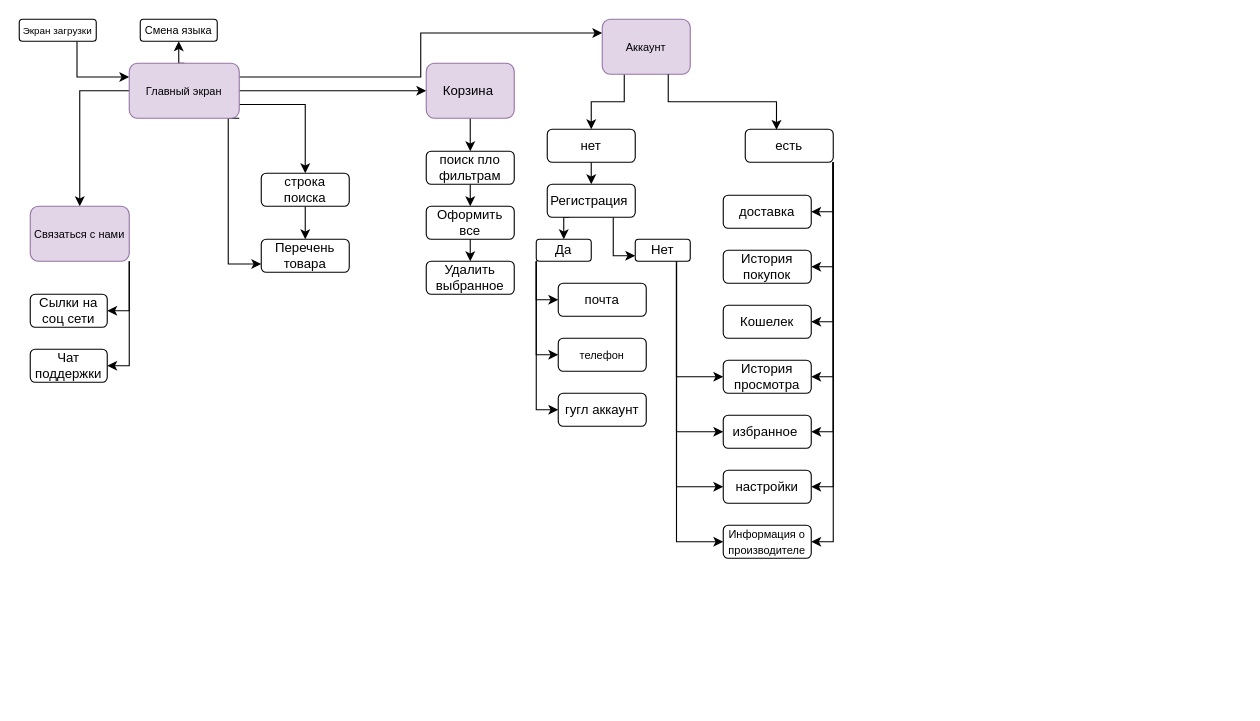
Above: Диаграмма без названия.drawio in Miffurin/Mirea_TRPP (draw.io), before the change. Source tidied: cells renumbered, new cells numbered last; positions are measured from the earlier drawing's top-left corner, leaving out a move shared by most shapes. Both pictures are drawn from the tidied source at 110%, with x=0, y=0 at pixel (19, 19).
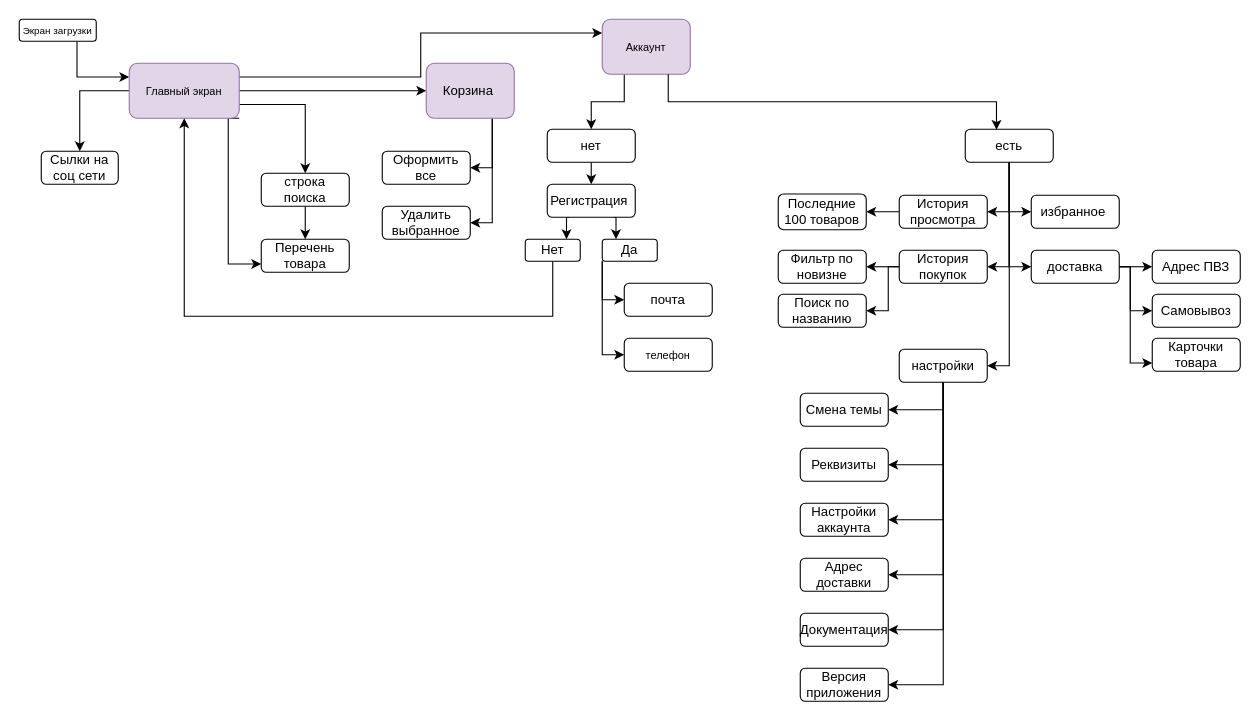
The same diagram, later.

The change refers to these unchanged cells:
```xml
<mxCell id="10" value="&lt;font size=&quot;1&quot;&gt;Главный экран&lt;/font&gt;" style="rounded=1;whiteSpace=wrap;html=1;fillColor=#e1d5e7;strokeColor=#9673a6;" parent="1" vertex="1">
  <mxGeometry x="100" y="40" width="100" height="50" as="geometry" />
</mxCell>
<mxCell id="19" value="Регистрация&amp;nbsp;" style="rounded=1;whiteSpace=wrap;html=1;" parent="1" vertex="1">
  <mxGeometry x="480" y="150" width="80" height="30" as="geometry" />
</mxCell>
<mxCell id="40" value="Корзина&amp;nbsp;" style="rounded=1;whiteSpace=wrap;html=1;fillColor=#e1d5e7;strokeColor=#9673a6;" parent="1" vertex="1">
  <mxGeometry x="370" y="40" width="80" height="50" as="geometry" />
</mxCell>
```

Change to the diagram source:
```diff
@@
-    <mxCell id="4" style="edgeStyle=orthogonalEdgeStyle;rounded=0;jettySize=auto;html=1;exitX=0.5;exitY=0;exitDx=0;exitDy=0;entryX=0.5;entryY=1;entryDx=0;entryDy=0;" parent="1" edge="1" source="10" target="11">
-      <mxGeometry relative="1" as="geometry" />
-    </mxCell>
-    <mxCell id="5" style="edgeStyle=orthogonalEdgeStyle;rounded=0;jettySize=auto;html=1;exitX=0;exitY=0.5;exitDx=0;exitDy=0;" parent="1" edge="1" source="10" target="14">
-      <mxGeometry relative="1" as="geometry" />
-    </mxCell>
@@
+    <mxCell id="62" style="edgeStyle=orthogonalEdgeStyle;rounded=0;jettySize=auto;html=1;exitX=0;exitY=0.5;exitDx=0;exitDy=0;entryX=0.5;entryY=0;entryDx=0;entryDy=0;" parent="1" edge="1" source="10" target="59">
+      <mxGeometry relative="1" as="geometry" />
+    </mxCell>
@@
-    <mxCell id="11" value="&lt;font size=&quot;1&quot;&gt;Смена языка&lt;/font&gt;" style="rounded=1;whiteSpace=wrap;html=1;" parent="1" vertex="1">
-      <mxGeometry x="110" width="70" height="20" as="geometry" />
-    </mxCell>
-    <mxCell id="12" style="edgeStyle=orthogonalEdgeStyle;rounded=0;jettySize=auto;html=1;exitX=1;exitY=1;exitDx=0;exitDy=0;entryX=1;entryY=0.5;entryDx=0;entryDy=0;" parent="1" edge="1" source="14" target="59">
-      <mxGeometry relative="1" as="geometry" />
-    </mxCell>
-    <mxCell id="13" style="edgeStyle=orthogonalEdgeStyle;rounded=0;jettySize=auto;html=1;exitX=1;exitY=1;exitDx=0;exitDy=0;entryX=1;entryY=0.5;entryDx=0;entryDy=0;" parent="1" edge="1" source="14" target="60">
-      <mxGeometry relative="1" as="geometry" />
-    </mxCell>
-    <mxCell id="14" value="&lt;font size=&quot;1&quot;&gt;Связаться с нами&lt;/font&gt;" style="rounded=1;whiteSpace=wrap;html=1;fillColor=#e1d5e7;strokeColor=#9673a6;" parent="1" vertex="1">
-      <mxGeometry x="10" y="170" width="90" height="50" as="geometry" />
-    </mxCell>
@@
-    <mxCell id="17" style="edgeStyle=orthogonalEdgeStyle;rounded=0;jettySize=auto;html=1;exitX=0.25;exitY=1;exitDx=0;exitDy=0;entryX=0.5;entryY=0;entryDx=0;entryDy=0;" parent="1" edge="1" source="19" target="53">
+    <mxCell id="17" style="edgeStyle=orthogonalEdgeStyle;rounded=0;jettySize=auto;html=1;exitX=0.75;exitY=1;exitDx=0;exitDy=0;entryX=0.25;entryY=0;entryDx=0;entryDy=0;" parent="1" edge="1" source="19" target="53">
       <mxGeometry relative="1" as="geometry" />
     </mxCell>
-    <mxCell id="18" style="edgeStyle=orthogonalEdgeStyle;rounded=0;jettySize=auto;html=1;exitX=0.75;exitY=1;exitDx=0;exitDy=0;entryX=0;entryY=0.75;entryDx=0;entryDy=0;" parent="1" edge="1" source="19" target="58">
+    <mxCell id="18" style="edgeStyle=orthogonalEdgeStyle;rounded=0;jettySize=auto;html=1;exitX=0.25;exitY=1;exitDx=0;exitDy=0;entryX=0.75;entryY=0;entryDx=0;entryDy=0;" parent="1" edge="1" source="19" target="58">
       <mxGeometry relative="1" as="geometry" />
     </mxCell>
@@
     <mxCell id="20" value="почта" style="rounded=1;whiteSpace=wrap;html=1;" parent="1" vertex="1">
-      <mxGeometry x="490" y="240" width="80" height="30" as="geometry" />
+      <mxGeometry x="550" y="240" width="80" height="30" as="geometry" />
     </mxCell>
     <mxCell id="21" value="&lt;font size=&quot;1&quot;&gt;телефон&lt;/font&gt;" style="rounded=1;whiteSpace=wrap;html=1;" parent="1" vertex="1">
-      <mxGeometry x="490" y="290" width="80" height="30" as="geometry" />
+      <mxGeometry x="550" y="290" width="80" height="30" as="geometry" />
     </mxCell>
-    <mxCell id="22" value="гугл аккаунт" style="rounded=1;whiteSpace=wrap;html=1;" parent="1" vertex="1">
-      <mxGeometry x="490" y="340" width="80" height="30" as="geometry" />
-    </mxCell>
-    <mxCell id="23" value="Кошелек" style="rounded=1;whiteSpace=wrap;html=1;" parent="1" vertex="1">
-      <mxGeometry x="640" y="260" width="80" height="30" as="geometry" />
-    </mxCell>
+    <mxCell id="63" style="edgeStyle=orthogonalEdgeStyle;rounded=0;jettySize=auto;html=1;exitX=1;exitY=0.5;exitDx=0;exitDy=0;entryX=0;entryY=0.5;entryDx=0;entryDy=0;" parent="1" edge="1" source="24" target="81">
+      <mxGeometry relative="1" as="geometry" />
+    </mxCell>
+    <mxCell id="64" style="edgeStyle=orthogonalEdgeStyle;rounded=0;jettySize=auto;html=1;exitX=1;exitY=0.5;exitDx=0;exitDy=0;entryX=0;entryY=0.5;entryDx=0;entryDy=0;" parent="1" edge="1" source="24" target="82">
+      <mxGeometry relative="1" as="geometry">
+        <Array as="points">
+          <mxPoint x="1010" y="225" />
+          <mxPoint x="1010" y="265" />
+        </Array>
+      </mxGeometry>
+    </mxCell>
+    <mxCell id="65" style="edgeStyle=orthogonalEdgeStyle;rounded=0;jettySize=auto;html=1;exitX=1;exitY=0.5;exitDx=0;exitDy=0;entryX=0;entryY=0.75;entryDx=0;entryDy=0;" parent="1" edge="1" source="24" target="83">
+      <mxGeometry relative="1" as="geometry">
+        <Array as="points">
+          <mxPoint x="1010" y="225" />
+          <mxPoint x="1010" y="313" />
+        </Array>
+      </mxGeometry>
+    </mxCell>
     <mxCell id="24" value="доставка" style="rounded=1;whiteSpace=wrap;html=1;" parent="1" vertex="1">
-      <mxGeometry x="640" y="160" width="80" height="30" as="geometry" />
+      <mxGeometry x="920" y="210" width="80" height="30" as="geometry" />
     </mxCell>
+    <mxCell id="66" style="edgeStyle=orthogonalEdgeStyle;rounded=0;jettySize=auto;html=1;exitX=0.5;exitY=1;exitDx=0;exitDy=0;entryX=1;entryY=0.5;entryDx=0;entryDy=0;" parent="1" edge="1" source="25" target="85">
+      <mxGeometry relative="1" as="geometry" />
+    </mxCell>
+    <mxCell id="67" style="edgeStyle=orthogonalEdgeStyle;rounded=0;jettySize=auto;html=1;exitX=0.5;exitY=1;exitDx=0;exitDy=0;entryX=1;entryY=0.5;entryDx=0;entryDy=0;" parent="1" edge="1" source="25" target="86">
+      <mxGeometry relative="1" as="geometry" />
+    </mxCell>
+    <mxCell id="68" style="edgeStyle=orthogonalEdgeStyle;rounded=0;jettySize=auto;html=1;exitX=0.5;exitY=1;exitDx=0;exitDy=0;entryX=1;entryY=0.5;entryDx=0;entryDy=0;" parent="1" edge="1" source="25" target="87">
+      <mxGeometry relative="1" as="geometry" />
+    </mxCell>
+    <mxCell id="69" style="edgeStyle=orthogonalEdgeStyle;rounded=0;jettySize=auto;html=1;exitX=0.5;exitY=1;exitDx=0;exitDy=0;entryX=1;entryY=0.5;entryDx=0;entryDy=0;" parent="1" edge="1" source="25" target="88">
+      <mxGeometry relative="1" as="geometry" />
+    </mxCell>
+    <mxCell id="70" style="edgeStyle=orthogonalEdgeStyle;rounded=0;jettySize=auto;html=1;exitX=0.5;exitY=1;exitDx=0;exitDy=0;entryX=1;entryY=0.5;entryDx=0;entryDy=0;" parent="1" edge="1" source="25" target="84">
+      <mxGeometry relative="1" as="geometry" />
+    </mxCell>
+    <mxCell id="71" style="edgeStyle=orthogonalEdgeStyle;rounded=0;jettySize=auto;html=1;exitX=0.5;exitY=1;exitDx=0;exitDy=0;entryX=1;entryY=0.5;entryDx=0;entryDy=0;" parent="1" edge="1" source="25" target="89">
+      <mxGeometry relative="1" as="geometry" />
+    </mxCell>
     <mxCell id="25" value="настройки" style="rounded=1;whiteSpace=wrap;html=1;" parent="1" vertex="1">
-      <mxGeometry x="640" y="410" width="80" height="30" as="geometry" />
+      <mxGeometry x="800" y="300" width="80" height="30" as="geometry" />
     </mxCell>
+    <mxCell id="72" style="edgeStyle=orthogonalEdgeStyle;rounded=0;jettySize=auto;html=1;" parent="1" edge="1" source="26" target="78">
+      <mxGeometry relative="1" as="geometry" />
+    </mxCell>
     <mxCell id="26" value="История просмотра" style="rounded=1;whiteSpace=wrap;html=1;" parent="1" vertex="1">
-      <mxGeometry x="640" y="310" width="80" height="30" as="geometry" />
+      <mxGeometry x="800" y="160" width="80" height="30" as="geometry" />
     </mxCell>
     <mxCell id="27" value="избранное&amp;nbsp;" style="rounded=1;whiteSpace=wrap;html=1;" parent="1" vertex="1">
-      <mxGeometry x="640" y="360" width="80" height="30" as="geometry" />
+      <mxGeometry x="920" y="160" width="80" height="30" as="geometry" />
     </mxCell>
+    <mxCell id="73" style="edgeStyle=orthogonalEdgeStyle;rounded=0;jettySize=auto;html=1;exitX=0;exitY=0.5;exitDx=0;exitDy=0;entryX=1;entryY=0.5;entryDx=0;entryDy=0;" parent="1" edge="1" source="28" target="79">
+      <mxGeometry relative="1" as="geometry" />
+    </mxCell>
+    <mxCell id="74" style="edgeStyle=orthogonalEdgeStyle;rounded=0;jettySize=auto;html=1;exitX=0;exitY=0.5;exitDx=0;exitDy=0;entryX=1;entryY=0.5;entryDx=0;entryDy=0;" parent="1" edge="1" source="28" target="80">
+      <mxGeometry relative="1" as="geometry">
+        <Array as="points">
+          <mxPoint x="790" y="225" />
+          <mxPoint x="790" y="265" />
+        </Array>
+      </mxGeometry>
+    </mxCell>
     <mxCell id="28" value="История покупок" style="rounded=1;whiteSpace=wrap;html=1;" parent="1" vertex="1">
-      <mxGeometry x="640" y="210" width="80" height="30" as="geometry" />
+      <mxGeometry x="800" y="210" width="80" height="30" as="geometry" />
     </mxCell>
@@
-    <mxCell id="31" style="edgeStyle=orthogonalEdgeStyle;rounded=0;jettySize=auto;html=1;exitX=1;exitY=1;exitDx=0;exitDy=0;entryX=1;entryY=0.5;entryDx=0;entryDy=0;" parent="1" edge="1" source="38" target="24">
-      <mxGeometry relative="1" as="geometry" />
-    </mxCell>
-    <mxCell id="32" style="edgeStyle=orthogonalEdgeStyle;rounded=0;jettySize=auto;html=1;exitX=1;exitY=1;exitDx=0;exitDy=0;entryX=1;entryY=0.5;entryDx=0;entryDy=0;" parent="1" edge="1" source="38" target="28">
-      <mxGeometry relative="1" as="geometry" />
-    </mxCell>
-    <mxCell id="33" style="edgeStyle=orthogonalEdgeStyle;rounded=0;jettySize=auto;html=1;exitX=1;exitY=1;exitDx=0;exitDy=0;entryX=1;entryY=0.5;entryDx=0;entryDy=0;" parent="1" edge="1" source="38" target="27">
+    <mxCell id="33" style="edgeStyle=orthogonalEdgeStyle;rounded=0;jettySize=auto;html=1;exitX=0.5;exitY=1;exitDx=0;exitDy=0;entryX=0;entryY=0.5;entryDx=0;entryDy=0;" parent="1" edge="1" source="38" target="27">
       <mxGeometry relative="1" as="geometry" />
     </mxCell>
-    <mxCell id="34" style="edgeStyle=orthogonalEdgeStyle;rounded=0;jettySize=auto;html=1;exitX=1;exitY=1;exitDx=0;exitDy=0;entryX=1;entryY=0.5;entryDx=0;entryDy=0;" parent="1" edge="1" source="38" target="26">
+    <mxCell id="34" style="edgeStyle=orthogonalEdgeStyle;rounded=0;jettySize=auto;html=1;exitX=0.5;exitY=1;exitDx=0;exitDy=0;entryX=1;entryY=0.5;entryDx=0;entryDy=0;" parent="1" edge="1" source="38" target="26">
       <mxGeometry relative="1" as="geometry" />
     </mxCell>
-    <mxCell id="35" style="edgeStyle=orthogonalEdgeStyle;rounded=0;jettySize=auto;html=1;exitX=1;exitY=1;exitDx=0;exitDy=0;entryX=1;entryY=0.5;entryDx=0;entryDy=0;" parent="1" edge="1" source="38" target="23">
-      <mxGeometry relative="1" as="geometry" />
-    </mxCell>
+    <mxCell id="32" style="edgeStyle=orthogonalEdgeStyle;rounded=0;jettySize=auto;html=1;exitX=0.5;exitY=1;exitDx=0;exitDy=0;entryX=1;entryY=0.5;entryDx=0;entryDy=0;" parent="1" edge="1" source="38" target="28">
+      <mxGeometry relative="1" as="geometry" />
+    </mxCell>
+    <mxCell id="31" style="edgeStyle=orthogonalEdgeStyle;rounded=0;jettySize=auto;html=1;exitX=0.5;exitY=1;exitDx=0;exitDy=0;entryX=0;entryY=0.5;entryDx=0;entryDy=0;" parent="1" edge="1" source="38" target="24">
+      <mxGeometry relative="1" as="geometry" />
+    </mxCell>
-    <mxCell id="36" style="edgeStyle=orthogonalEdgeStyle;rounded=0;jettySize=auto;html=1;exitX=1;exitY=1;exitDx=0;exitDy=0;entryX=1;entryY=0.5;entryDx=0;entryDy=0;" parent="1" edge="1" source="38" target="25">
+    <mxCell id="36" style="edgeStyle=orthogonalEdgeStyle;rounded=0;jettySize=auto;html=1;exitX=0.5;exitY=1;exitDx=0;exitDy=0;entryX=1;entryY=0.5;entryDx=0;entryDy=0;" parent="1" edge="1" source="38" target="25">
       <mxGeometry relative="1" as="geometry" />
     </mxCell>
-    <mxCell id="37" style="edgeStyle=orthogonalEdgeStyle;rounded=0;jettySize=auto;html=1;exitX=1;exitY=1;exitDx=0;exitDy=0;entryX=1;entryY=0.5;entryDx=0;entryDy=0;" parent="1" edge="1" source="38" target="61">
-      <mxGeometry relative="1" as="geometry" />
-    </mxCell>
     <mxCell id="38" value="есть" style="rounded=1;whiteSpace=wrap;html=1;" parent="1" vertex="1">
-      <mxGeometry x="660" y="100" width="80" height="30" as="geometry" />
+      <mxGeometry x="860" y="100" width="80" height="30" as="geometry" />
     </mxCell>
-    <mxCell id="39" style="edgeStyle=orthogonalEdgeStyle;rounded=0;jettySize=auto;html=1;exitX=0.5;exitY=1;exitDx=0;exitDy=0;entryX=0.5;entryY=0;entryDx=0;entryDy=0;" parent="1" edge="1" source="40" target="44">
-      <mxGeometry relative="1" as="geometry" />
-    </mxCell>
+    <mxCell id="75" style="edgeStyle=orthogonalEdgeStyle;rounded=0;jettySize=auto;html=1;exitX=0.75;exitY=1;exitDx=0;exitDy=0;entryX=1;entryY=0.5;entryDx=0;entryDy=0;" parent="1" edge="1" source="40" target="46">
+      <mxGeometry relative="1" as="geometry" />
+    </mxCell>
+    <mxCell id="76" style="edgeStyle=orthogonalEdgeStyle;rounded=0;jettySize=auto;html=1;exitX=0.75;exitY=1;exitDx=0;exitDy=0;entryX=1;entryY=0.5;entryDx=0;entryDy=0;" parent="1" edge="1" source="40" target="47">
+      <mxGeometry relative="1" as="geometry" />
+    </mxCell>
@@
-    <mxCell id="43" style="edgeStyle=orthogonalEdgeStyle;rounded=0;jettySize=auto;html=1;exitX=0.5;exitY=1;exitDx=0;exitDy=0;entryX=0.5;entryY=0;entryDx=0;entryDy=0;" parent="1" edge="1" source="44" target="46">
-      <mxGeometry relative="1" as="geometry" />
-    </mxCell>
-    <mxCell id="44" value="поиск пло фильтрам" style="rounded=1;whiteSpace=wrap;html=1;" parent="1" vertex="1">
-      <mxGeometry x="370" y="120" width="80" height="30" as="geometry" />
-    </mxCell>
-    <mxCell id="45" style="edgeStyle=orthogonalEdgeStyle;rounded=0;jettySize=auto;html=1;exitX=0.5;exitY=1;exitDx=0;exitDy=0;entryX=0.5;entryY=0;entryDx=0;entryDy=0;" parent="1" edge="1" source="46" target="47">
-      <mxGeometry relative="1" as="geometry" />
-    </mxCell>
     <mxCell id="46" value="Оформить все" style="rounded=1;whiteSpace=wrap;html=1;" parent="1" vertex="1">
-      <mxGeometry x="370" y="170" width="80" height="30" as="geometry" />
+      <mxGeometry x="330" y="120" width="80" height="30" as="geometry" />
     </mxCell>
     <mxCell id="47" value="Удалить выбранное" style="rounded=1;whiteSpace=wrap;html=1;" parent="1" vertex="1">
-      <mxGeometry x="370" y="220" width="80" height="30" as="geometry" />
+      <mxGeometry x="330" y="170" width="80" height="30" as="geometry" />
     </mxCell>
@@
-    <mxCell id="50" style="edgeStyle=orthogonalEdgeStyle;rounded=0;jettySize=auto;html=1;exitX=0;exitY=1;exitDx=0;exitDy=0;entryX=0;entryY=0.5;entryDx=0;entryDy=0;" parent="1" edge="1" source="53" target="22">
-      <mxGeometry relative="1" as="geometry" />
-    </mxCell>
@@
     <mxCell id="53" value="Да" style="rounded=1;whiteSpace=wrap;html=1;" parent="1" vertex="1">
-      <mxGeometry x="470" y="200" width="50" height="20" as="geometry" />
+      <mxGeometry x="530" y="200" width="50" height="20" as="geometry" />
     </mxCell>
-    <mxCell id="54" style="edgeStyle=orthogonalEdgeStyle;rounded=0;jettySize=auto;html=1;exitX=0.75;exitY=1;exitDx=0;exitDy=0;entryX=0;entryY=0.5;entryDx=0;entryDy=0;" parent="1" edge="1" source="58" target="27">
-      <mxGeometry relative="1" as="geometry" />
-    </mxCell>
-    <mxCell id="55" style="edgeStyle=orthogonalEdgeStyle;rounded=0;jettySize=auto;html=1;exitX=0.75;exitY=1;exitDx=0;exitDy=0;entryX=0;entryY=0.5;entryDx=0;entryDy=0;" parent="1" edge="1" source="58" target="26">
-      <mxGeometry relative="1" as="geometry" />
-    </mxCell>
-    <mxCell id="56" style="edgeStyle=orthogonalEdgeStyle;rounded=0;jettySize=auto;html=1;exitX=0.75;exitY=1;exitDx=0;exitDy=0;entryX=0;entryY=0.5;entryDx=0;entryDy=0;" parent="1" edge="1" source="58" target="25">
-      <mxGeometry relative="1" as="geometry" />
-    </mxCell>
-    <mxCell id="57" style="edgeStyle=orthogonalEdgeStyle;rounded=0;jettySize=auto;html=1;exitX=0.75;exitY=1;exitDx=0;exitDy=0;entryX=0;entryY=0.5;entryDx=0;entryDy=0;" parent="1" edge="1" source="58" target="61">
-      <mxGeometry relative="1" as="geometry" />
-    </mxCell>
+    <mxCell id="77" style="edgeStyle=orthogonalEdgeStyle;rounded=0;jettySize=auto;html=1;entryX=0.5;entryY=1;entryDx=0;entryDy=0;exitX=0.5;exitY=1;exitDx=0;exitDy=0;" parent="1" edge="1" source="58" target="10">
+      <mxGeometry relative="1" as="geometry">
+        <Array as="points">
+          <mxPoint x="485" y="270" />
+          <mxPoint x="150" y="270" />
+        </Array>
+      </mxGeometry>
+    </mxCell>
     <mxCell id="58" value="Нет" style="rounded=1;whiteSpace=wrap;html=1;" parent="1" vertex="1">
-      <mxGeometry x="560" y="200" width="50" height="20" as="geometry" />
+      <mxGeometry x="460" y="200" width="50" height="20" as="geometry" />
     </mxCell>
     <mxCell id="59" value="Сылки на соц сети" style="rounded=1;whiteSpace=wrap;html=1;" parent="1" vertex="1">
-      <mxGeometry x="10" y="250" width="70" height="30" as="geometry" />
+      <mxGeometry x="20" y="120" width="70" height="30" as="geometry" />
     </mxCell>
-    <mxCell id="60" value="Чат поддержки" style="rounded=1;whiteSpace=wrap;html=1;" parent="1" vertex="1">
-      <mxGeometry x="10" y="300" width="70" height="30" as="geometry" />
-    </mxCell>
-    <mxCell id="61" value="&lt;font size=&quot;1&quot;&gt;Информация о производителе&lt;/font&gt;" style="rounded=1;whiteSpace=wrap;html=1;" parent="1" vertex="1">
-      <mxGeometry x="640" y="460" width="80" height="30" as="geometry" />
-    </mxCell>
+    <mxCell id="78" value="Последние 100 товаров" style="rounded=1;whiteSpace=wrap;html=1;" parent="1" vertex="1">
+      <mxGeometry x="690" y="158.8" width="80" height="32.5" as="geometry" />
+    </mxCell>
+    <mxCell id="79" value="Фильтр по новизне" style="rounded=1;whiteSpace=wrap;html=1;" parent="1" vertex="1">
+      <mxGeometry x="690" y="210" width="80" height="30" as="geometry" />
+    </mxCell>
+    <mxCell id="80" value="Поиск по названию" style="rounded=1;whiteSpace=wrap;html=1;" parent="1" vertex="1">
+      <mxGeometry x="690" y="250" width="80" height="30" as="geometry" />
+    </mxCell>
+    <mxCell id="81" value="Адрес ПВЗ" style="rounded=1;whiteSpace=wrap;html=1;" parent="1" vertex="1">
+      <mxGeometry x="1030" y="210" width="80" height="30" as="geometry" />
+    </mxCell>
+    <mxCell id="82" value="Самовывоз" style="rounded=1;whiteSpace=wrap;html=1;" parent="1" vertex="1">
+      <mxGeometry x="1030" y="250" width="80" height="30" as="geometry" />
+    </mxCell>
+    <mxCell id="83" value="Карточки товара" style="rounded=1;whiteSpace=wrap;html=1;" parent="1" vertex="1">
+      <mxGeometry x="1030" y="290" width="80" height="30" as="geometry" />
+    </mxCell>
+    <mxCell id="84" value="Документация" style="rounded=1;whiteSpace=wrap;html=1;" parent="1" vertex="1">
+      <mxGeometry x="710" y="540" width="80" height="30" as="geometry" />
+    </mxCell>
+    <mxCell id="85" value="Смена темы" style="rounded=1;whiteSpace=wrap;html=1;" parent="1" vertex="1">
+      <mxGeometry x="710" y="340" width="80" height="30" as="geometry" />
+    </mxCell>
+    <mxCell id="86" value="Реквизиты" style="rounded=1;whiteSpace=wrap;html=1;" parent="1" vertex="1">
+      <mxGeometry x="710" y="390" width="80" height="30" as="geometry" />
+    </mxCell>
+    <mxCell id="87" value="Настройки аккаунта" style="rounded=1;whiteSpace=wrap;html=1;" parent="1" vertex="1">
+      <mxGeometry x="710" y="440" width="80" height="30" as="geometry" />
+    </mxCell>
+    <mxCell id="88" value="Адрес доставки" style="rounded=1;whiteSpace=wrap;html=1;" parent="1" vertex="1">
+      <mxGeometry x="710" y="490" width="80" height="30" as="geometry" />
+    </mxCell>
+    <mxCell id="89" value="Версия приложения" style="rounded=1;whiteSpace=wrap;html=1;" parent="1" vertex="1">
+      <mxGeometry x="710" y="590" width="80" height="30" as="geometry" />
+    </mxCell>
```
